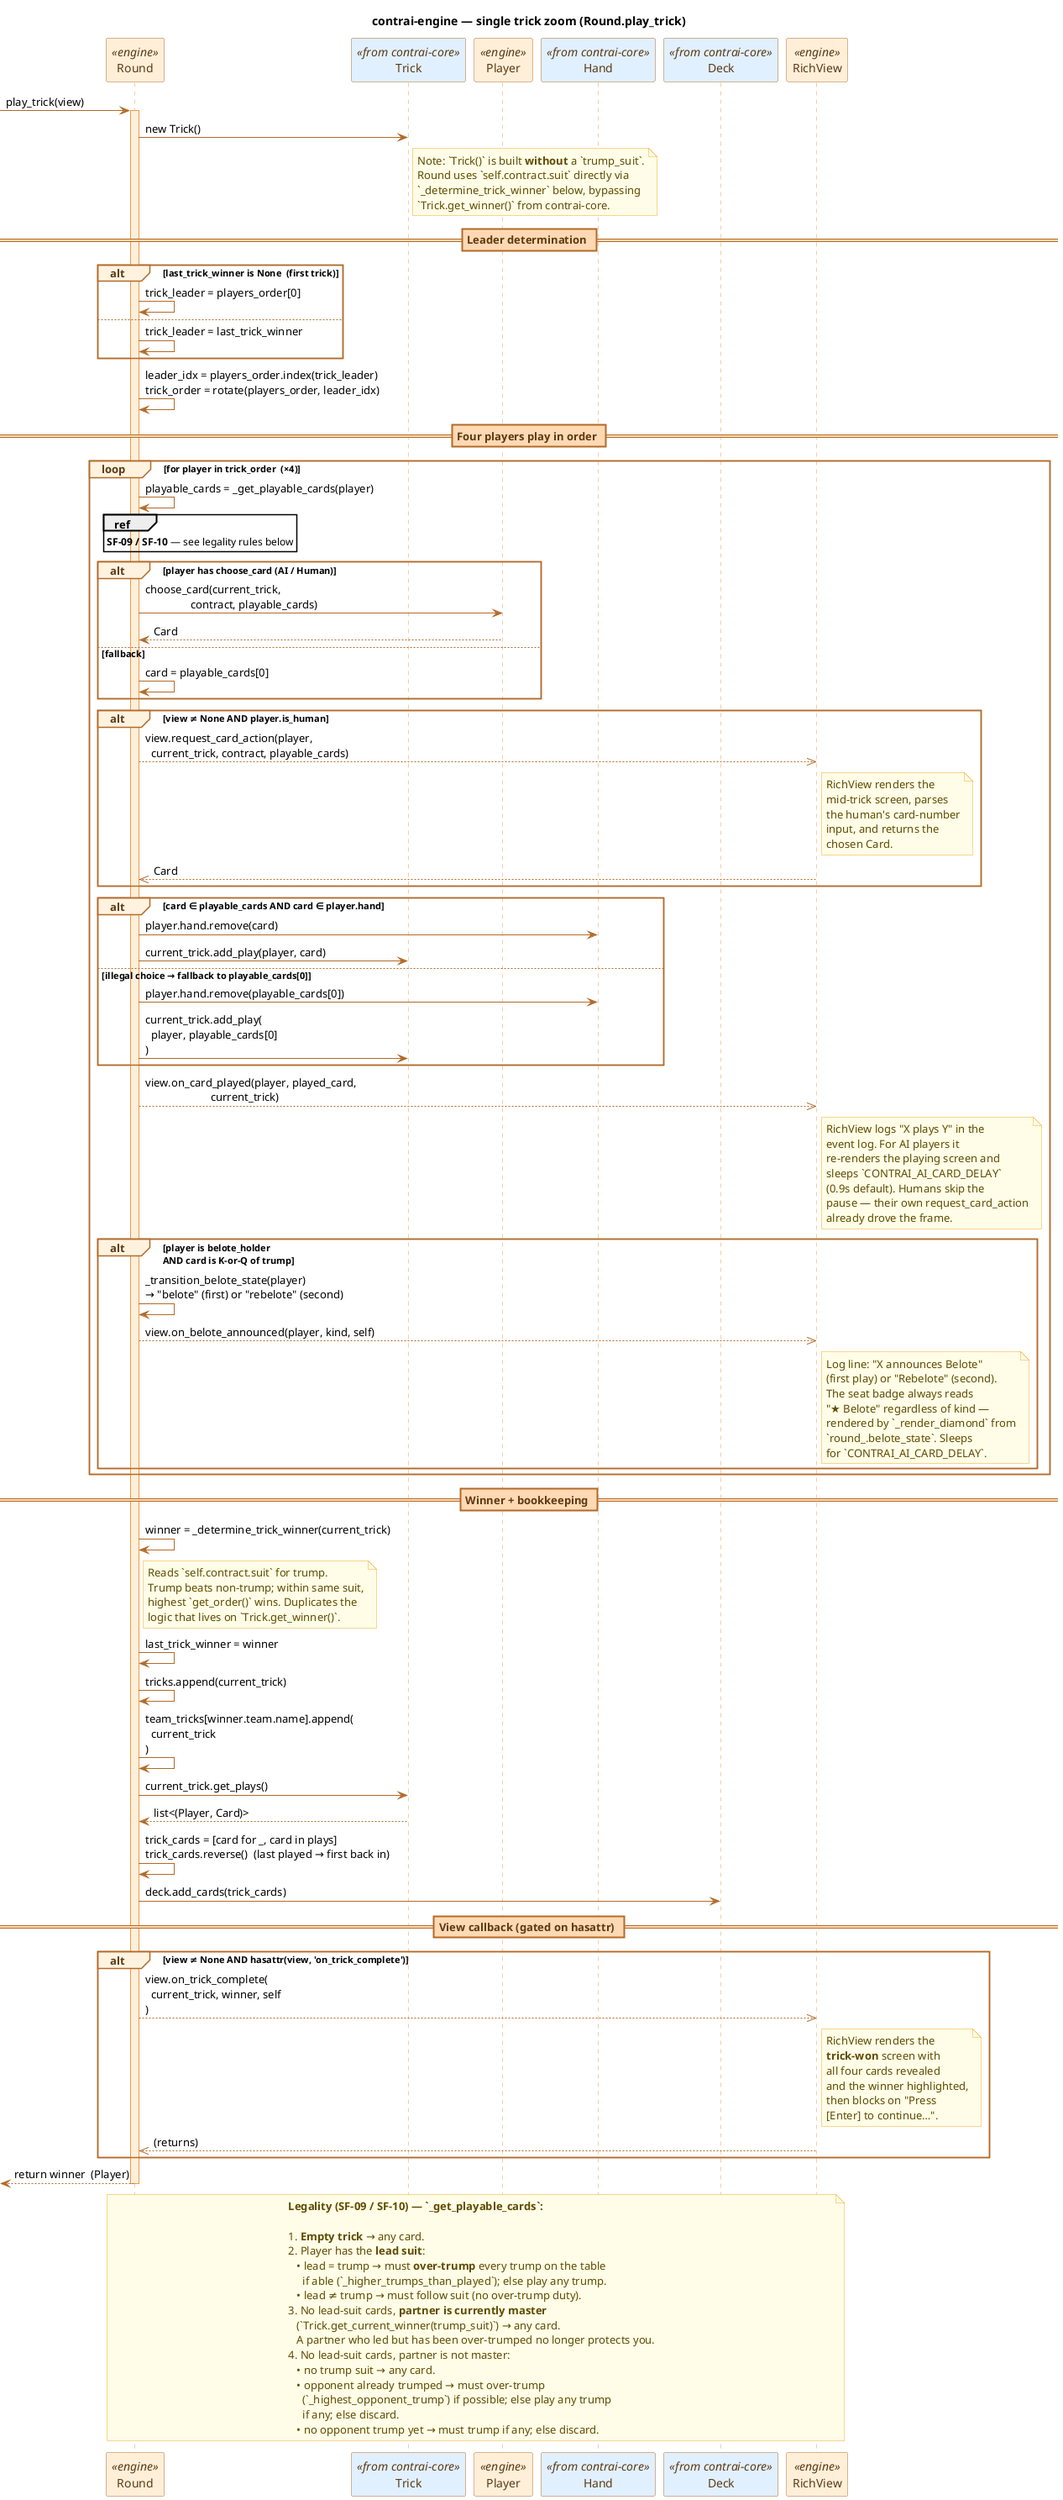
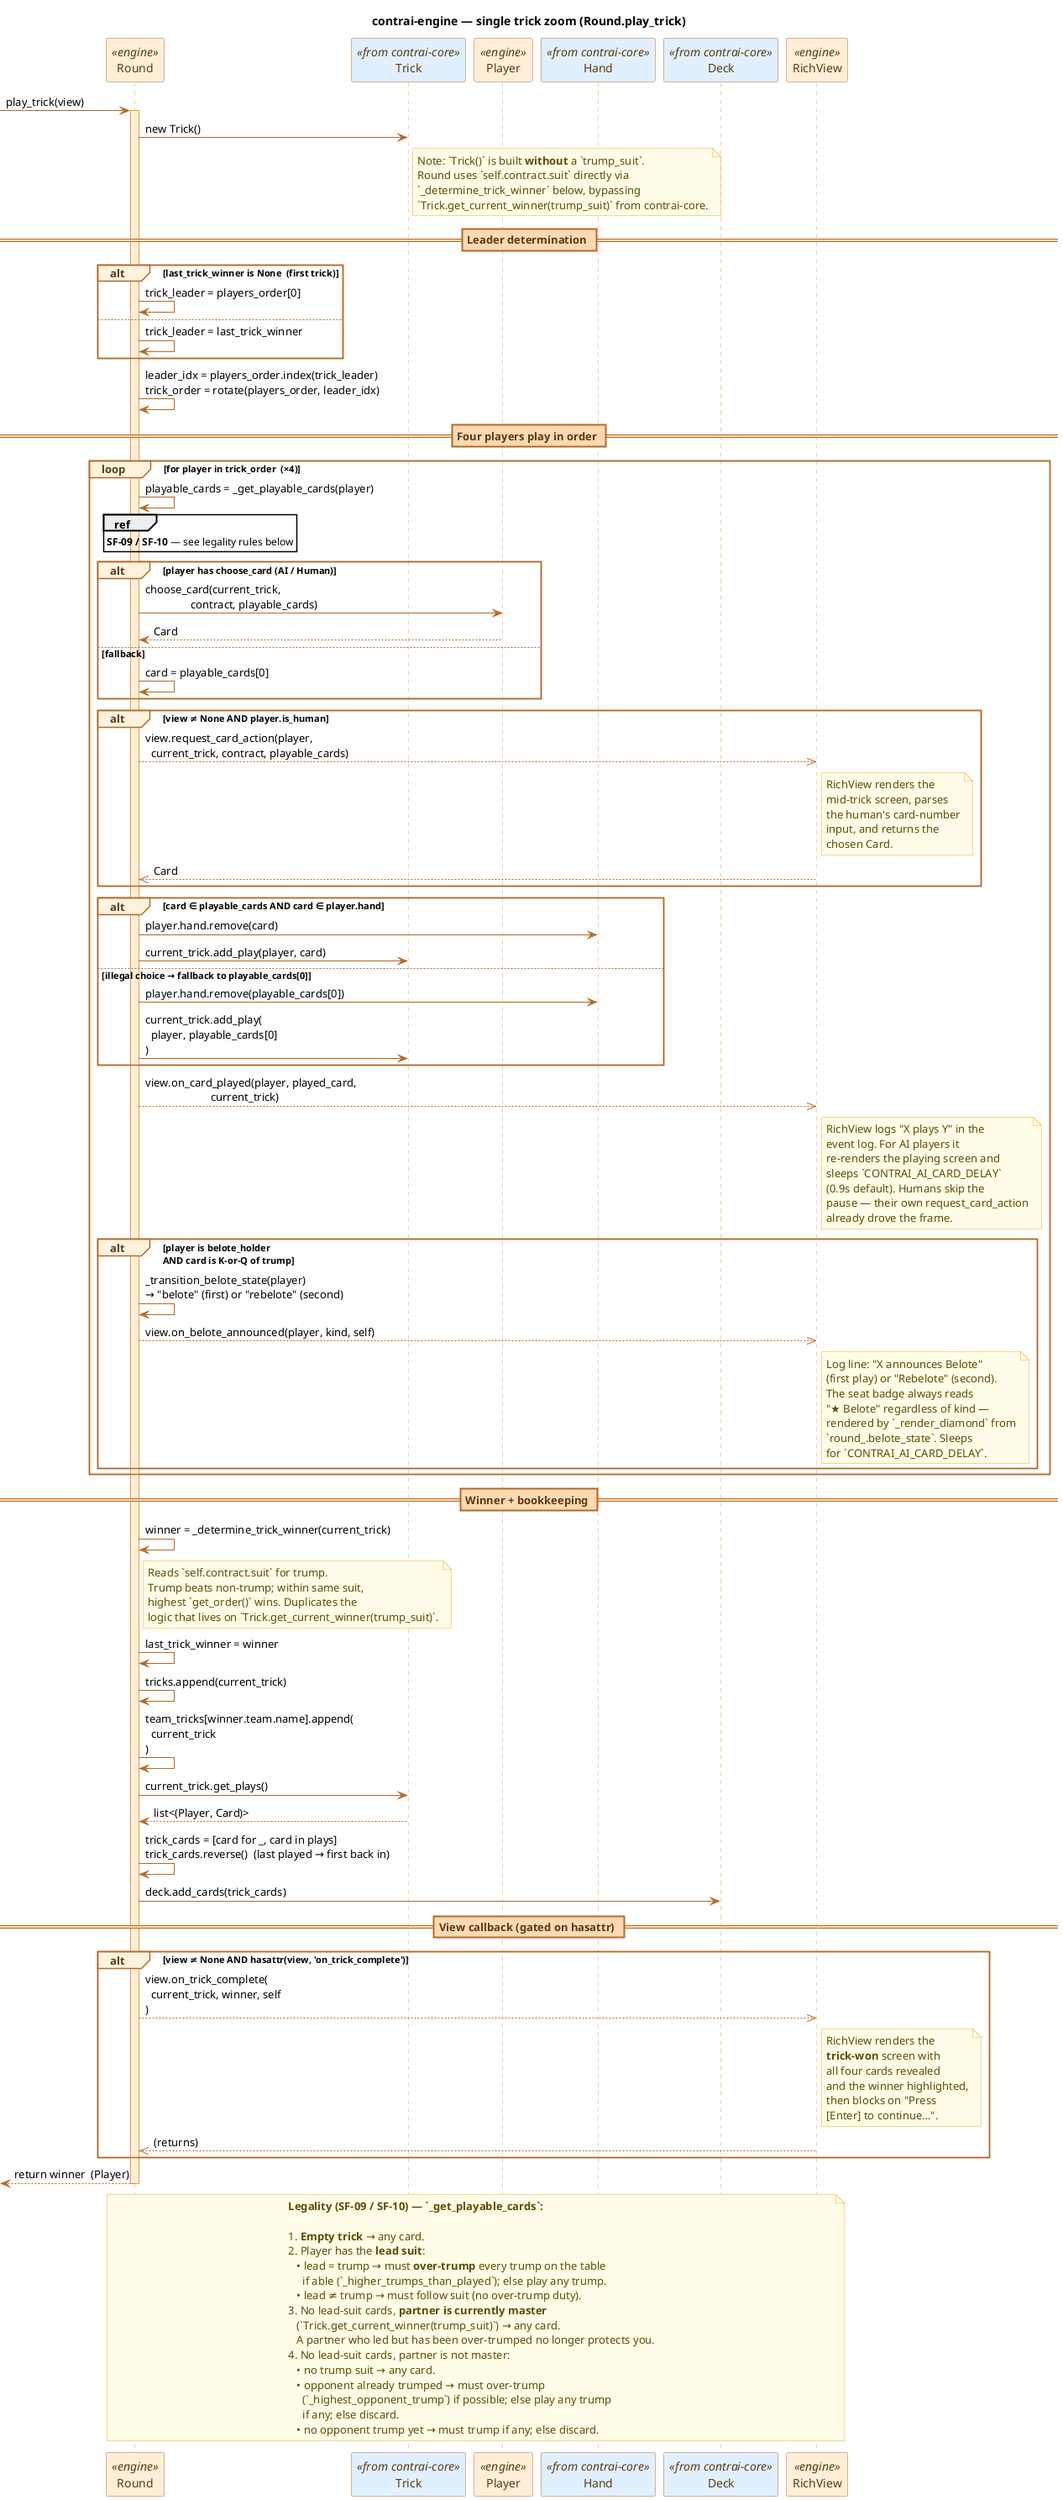
@startuml seq_trick
title contrai-engine — single trick zoom (Round.play_trick)

' --- Palette: engine orange, grey for stub paths, blue for core types ---
skinparam shadowing false
skinparam sequence {
    ArrowColor #B26A28
    LifeLineBorderColor #E89A4F
    LifeLineBackgroundColor #FFEFD9
    ParticipantBorderColor #B26A28
    ParticipantBackgroundColor #FFEFD9
    ParticipantFontColor #5C3A14
    ActorBorderColor #B26A28
    ActorBackgroundColor #FFEFD9
    ActorFontColor #5C3A14
    GroupBorderColor #B26A28
    GroupBackgroundColor #FFF3E0
    GroupHeaderFontColor #5C3A14
    BoxBorderColor #B26A28
    BoxBackgroundColor #FFF3E0
    DividerBorderColor #B26A28
    DividerBackgroundColor #FFD9B3
    DividerFontColor #5C3A14
}
skinparam note {
    BackgroundColor #FFFDE7
    BorderColor #F9A825
    FontColor #5F4B00
}

participant "Round" as R <<engine>>
participant "Trick" as T <<from contrai-core>> #E1F0FF
participant "Player" as P <<engine>>
participant "Hand" as H <<from contrai-core>> #E1F0FF
participant "Deck" as D <<from contrai-core>> #E1F0FF
participant "RichView" as V <<engine>>

[-> R : play_trick(view)
activate R

R -> T : new Trick()
note right of T
  Note: `Trick()` is built **without** a `trump_suit`.
  Round uses `self.contract.suit` directly via
  `_determine_trick_winner` below, bypassing
-   `Trick.get_winner()` from contrai-core.
+   `Trick.get_current_winner(trump_suit)` from contrai-core.
end note

== Leader determination ==

alt last_trick_winner is None  (first trick)
    R -> R : trick_leader = players_order[0]
else
    R -> R : trick_leader = last_trick_winner
end

R -> R : leader_idx = players_order.index(trick_leader)\ntrick_order = rotate(players_order, leader_idx)

== Four players play in order ==

loop **for player in trick_order**  (×4)

    R -> R : playable_cards = _get_playable_cards(player)

    ref over R : **SF-09 / SF-10** — see legality rules below

    alt player has choose_card (AI / Human)
        R -> P : choose_card(current_trick,\n                contract, playable_cards)
        P --> R : Card
    else fallback
        R -> R : card = playable_cards[0]
    end

    alt view ≠ None AND player.is_human
        R -->> V : view.request_card_action(player,\n  current_trick, contract, playable_cards)
        note right of V
          RichView renders the
          mid-trick screen, parses
          the human's card-number
          input, and returns the
          chosen Card.
        end note
        V -->> R : Card
    end

    alt card ∈ playable_cards AND card ∈ player.hand
        R -> H : player.hand.remove(card)
        R -> T : current_trick.add_play(player, card)
    else illegal choice → fallback to playable_cards[0]
        R -> H : player.hand.remove(playable_cards[0])
        R -> T : current_trick.add_play(\n  player, playable_cards[0]\n)
    end

    R -->> V : view.on_card_played(player, played_card,\n                       current_trick)
    note right of V
      RichView logs "X plays Y" in the
      event log. For AI players it
      re-renders the playing screen and
      sleeps `CONTRAI_AI_CARD_DELAY`
      (0.9s default). Humans skip the
      pause — their own request_card_action
      already drove the frame.
    end note

    alt player is belote_holder\nAND card is K-or-Q of trump
        R -> R : _transition_belote_state(player)\n→ "belote" (first) or "rebelote" (second)
        R -->> V : view.on_belote_announced(player, kind, self)
        note right of V
          Log line: "X announces Belote"
          (first play) or "Rebelote" (second).
          The seat badge always reads
          "★ Belote" regardless of kind —
          rendered by `_render_diamond` from
          `round_.belote_state`. Sleeps
          for `CONTRAI_AI_CARD_DELAY`.
        end note
    end

end

== Winner + bookkeeping ==

R -> R : winner = _determine_trick_winner(current_trick)
note right of R
  Reads `self.contract.suit` for trump.
  Trump beats non-trump; within same suit,
  highest `get_order()` wins. Duplicates the
-   logic that lives on `Trick.get_winner()`.
+   logic that lives on `Trick.get_current_winner(trump_suit)`.
end note

R -> R : last_trick_winner = winner
R -> R : tricks.append(current_trick)
R -> R : team_tricks[winner.team.name].append(\n  current_trick\n)

R -> T : current_trick.get_plays()
T --> R : list<(Player, Card)>
R -> R : trick_cards = [card for _, card in plays]\ntrick_cards.reverse()  (last played → first back in)
R -> D : deck.add_cards(trick_cards)

== View callback (gated on hasattr) ==

alt view ≠ None AND hasattr(view, 'on_trick_complete')
    R -->> V : view.on_trick_complete(\n  current_trick, winner, self\n)
    note right of V
      RichView renders the
      **trick-won** screen with
      all four cards revealed
      and the winner highlighted,
      then blocks on "Press
      [Enter] to continue…".
    end note
    V -->> R : (returns)
end

[<-- R : return winner  (Player)
deactivate R

note over R, V
  **Legality (SF-09 / SF-10) — `_get_playable_cards`:**

  1. **Empty trick** → any card.
  2. Player has the **lead suit**:
     • lead = trump → must **over-trump** every trump on the table
       if able (`_higher_trumps_than_played`); else play any trump.
     • lead ≠ trump → must follow suit (no over-trump duty).
  3. No lead-suit cards, **partner is currently master**
     (`Trick.get_current_winner(trump_suit)`) → any card.
     A partner who led but has been over-trumped no longer protects you.
  4. No lead-suit cards, partner is not master:
     • no trump suit → any card.
     • opponent already trumped → must over-trump
       (`_highest_opponent_trump`) if possible; else play any trump
       if any; else discard.
     • no opponent trump yet → must trump if any; else discard.
end note

@enduml
